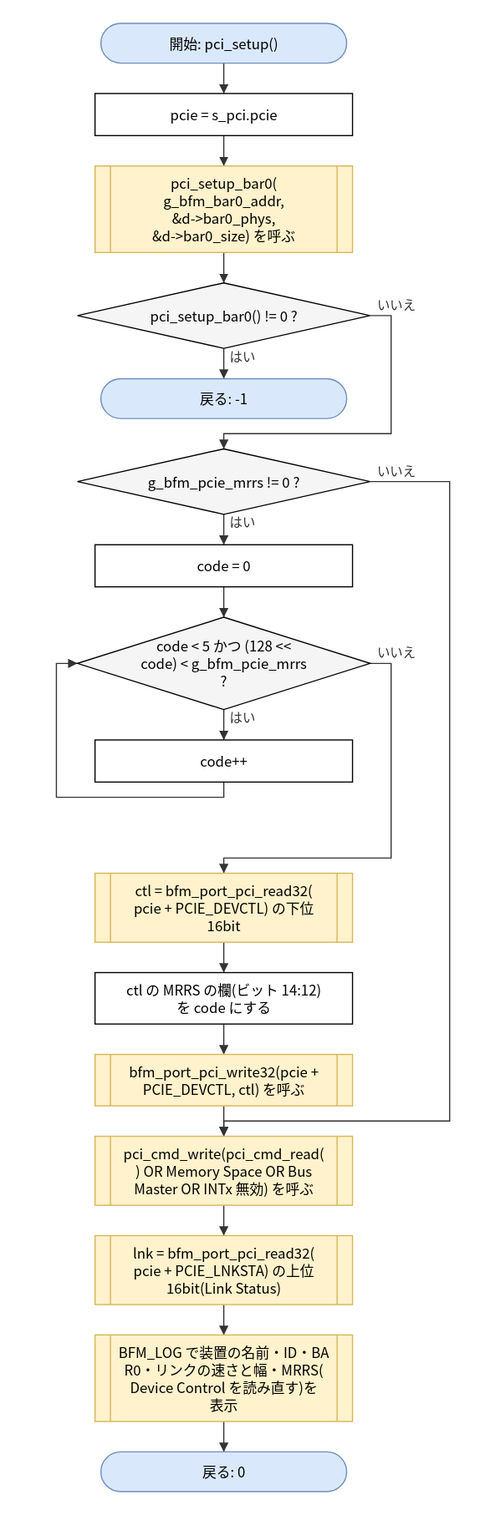
This is doc/spec/images/flow_src_bfm_pci-pci_setup.drawio.svg from hf355051012-ai/bfmem, a draw.io export, as it was before one commit. Source tidied: cells renumbered, new cells last; positions are measured from the earlier drawing's top-left corner, leaving out a move shared by most shapes.
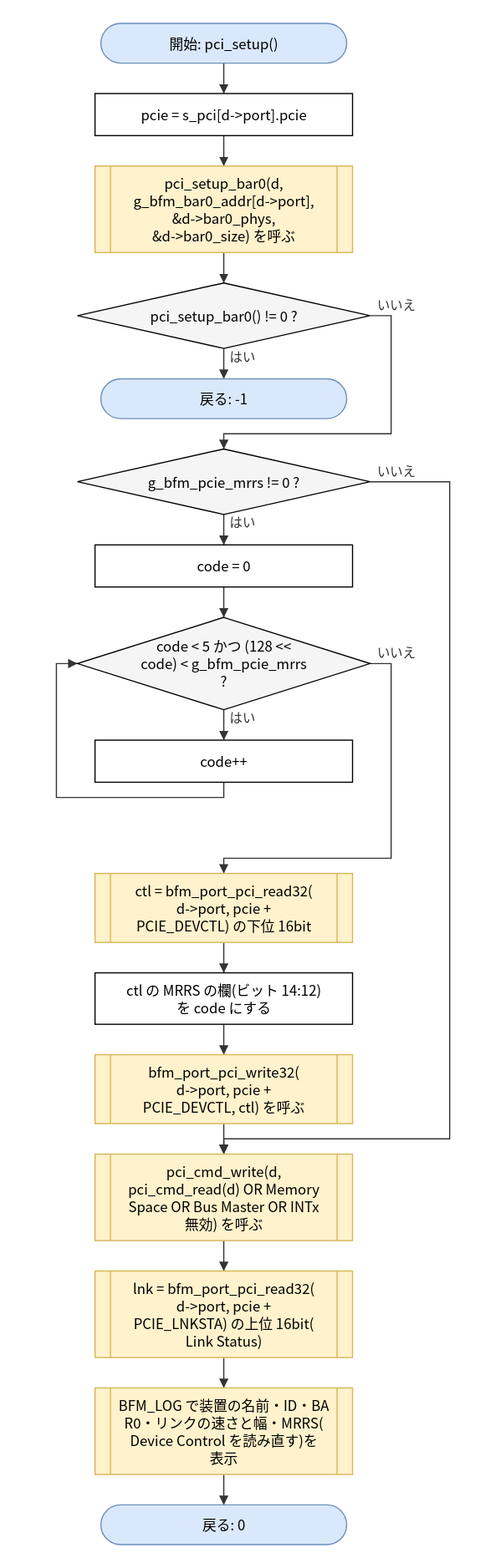
The same file after the commit.

What changed in the source:
```diff
@@ -5,10 +5,10 @@
     <mxCell id="2" value="開始: pci_setup()" style="rounded=1;arcSize=50;whiteSpace=wrap;html=1;fillColor=#dae8fc;strokeColor=#6c8ebf;" parent="1" vertex="1">
       <mxGeometry x="38" width="210" height="34" as="geometry" />
     </mxCell>
-    <mxCell id="3" value="pcie = s_pci.pcie" style="rounded=0;whiteSpace=wrap;html=1;" parent="1" vertex="1">
+    <mxCell id="3" value="pcie = s_pci[d-&amp;gt;port].pcie" style="rounded=0;whiteSpace=wrap;html=1;" parent="1" vertex="1">
       <mxGeometry x="33" y="60" width="220" height="36" as="geometry" />
     </mxCell>
-    <mxCell id="4" value="pci_setup_bar0(&lt;br&gt;g_bfm_bar0_addr,&lt;br&gt;&amp;amp;d-&amp;gt;bar0_phys,&lt;br&gt;&amp;amp;d-&amp;gt;bar0_size) を呼ぶ" style="shape=process;whiteSpace=wrap;html=1;backgroundOutline=1;size=0.06;fillColor=#fff2cc;strokeColor=#d6b656;" parent="1" vertex="1">
+    <mxCell id="4" value="pci_setup_bar0(d,&lt;br&gt;g_bfm_bar0_addr[d-&amp;gt;port],&lt;br&gt;&amp;amp;d-&amp;gt;bar0_phys,&lt;br&gt;&amp;amp;d-&amp;gt;bar0_size) を呼ぶ" style="shape=process;whiteSpace=wrap;html=1;backgroundOutline=1;size=0.06;fillColor=#fff2cc;strokeColor=#d6b656;" parent="1" vertex="1">
       <mxGeometry x="33" y="122" width="220" height="74" as="geometry" />
     </mxCell>
     <mxCell id="5" value="pci_setup_bar0() != 0 ?" style="rhombus;whiteSpace=wrap;html=1;fillColor=#f5f5f5;" parent="1" vertex="1">
@@ -29,26 +29,26 @@
     <mxCell id="10" value="code++" style="rounded=0;whiteSpace=wrap;html=1;" parent="1" vertex="1">
       <mxGeometry x="33" y="613" width="220" height="36" as="geometry" />
     </mxCell>
-    <mxCell id="11" value="ctl = bfm_port_pci_read32(&lt;br&gt;pcie + PCIE_DEVCTL) の下位&lt;br&gt;16bit" style="shape=process;whiteSpace=wrap;html=1;backgroundOutline=1;size=0.06;fillColor=#fff2cc;strokeColor=#d6b656;" parent="1" vertex="1">
+    <mxCell id="11" value="ctl = bfm_port_pci_read32(&lt;br&gt;d-&amp;gt;port, pcie +&lt;br&gt;PCIE_DEVCTL) の下位 16bit" style="shape=process;whiteSpace=wrap;html=1;backgroundOutline=1;size=0.06;fillColor=#fff2cc;strokeColor=#d6b656;" parent="1" vertex="1">
       <mxGeometry x="33" y="727" width="220" height="59" as="geometry" />
     </mxCell>
     <mxCell id="12" value="ctl の MRRS の欄(ビット 14:12)&lt;br&gt;を code にする" style="rounded=0;whiteSpace=wrap;html=1;" parent="1" vertex="1">
       <mxGeometry x="33" y="812" width="220" height="44" as="geometry" />
     </mxCell>
-    <mxCell id="13" value="bfm_port_pci_write32(pcie +&lt;br&gt;PCIE_DEVCTL, ctl) を呼ぶ" style="shape=process;whiteSpace=wrap;html=1;backgroundOutline=1;size=0.06;fillColor=#fff2cc;strokeColor=#d6b656;" parent="1" vertex="1">
-      <mxGeometry x="33" y="882" width="220" height="44" as="geometry" />
+    <mxCell id="13" value="bfm_port_pci_write32(&lt;br&gt;d-&amp;gt;port, pcie +&lt;br&gt;PCIE_DEVCTL, ctl) を呼ぶ" style="shape=process;whiteSpace=wrap;html=1;backgroundOutline=1;size=0.06;fillColor=#fff2cc;strokeColor=#d6b656;" parent="1" vertex="1">
+      <mxGeometry x="33" y="882" width="220" height="59" as="geometry" />
     </mxCell>
-    <mxCell id="14" value="pci_cmd_write(pci_cmd_read(&lt;br&gt;) OR Memory Space OR Bus&lt;br&gt;Master OR INTx 無効) を呼ぶ" style="shape=process;whiteSpace=wrap;html=1;backgroundOutline=1;size=0.06;fillColor=#fff2cc;strokeColor=#d6b656;" parent="1" vertex="1">
-      <mxGeometry x="33" y="952" width="220" height="59" as="geometry" />
+    <mxCell id="14" value="pci_cmd_write(d,&lt;br&gt;pci_cmd_read(d) OR Memory&lt;br&gt;Space OR Bus Master OR INTx&lt;br&gt;無効) を呼ぶ" style="shape=process;whiteSpace=wrap;html=1;backgroundOutline=1;size=0.06;fillColor=#fff2cc;strokeColor=#d6b656;" parent="1" vertex="1">
+      <mxGeometry x="33" y="967" width="220" height="74" as="geometry" />
     </mxCell>
-    <mxCell id="15" value="lnk = bfm_port_pci_read32(&lt;br&gt;pcie + PCIE_LNKSTA) の上位&lt;br&gt;16bit(Link Status)" style="shape=process;whiteSpace=wrap;html=1;backgroundOutline=1;size=0.06;fillColor=#fff2cc;strokeColor=#d6b656;" parent="1" vertex="1">
-      <mxGeometry x="33" y="1037" width="220" height="59" as="geometry" />
+    <mxCell id="15" value="lnk = bfm_port_pci_read32(&lt;br&gt;d-&amp;gt;port, pcie +&lt;br&gt;PCIE_LNKSTA) の上位 16bit(&lt;br&gt;Link Status)" style="shape=process;whiteSpace=wrap;html=1;backgroundOutline=1;size=0.06;fillColor=#fff2cc;strokeColor=#d6b656;" parent="1" vertex="1">
+      <mxGeometry x="33" y="1067" width="220" height="74" as="geometry" />
     </mxCell>
     <mxCell id="16" value="BFM_LOG で装置の名前・ID・BA&lt;br&gt;R0・リンクの速さと幅・MRRS(&lt;br&gt;Device Control を読み直す)を&lt;br&gt;表示" style="shape=process;whiteSpace=wrap;html=1;backgroundOutline=1;size=0.06;fillColor=#fff2cc;strokeColor=#d6b656;" parent="1" vertex="1">
-      <mxGeometry x="33" y="1122" width="220" height="74" as="geometry" />
+      <mxGeometry x="33" y="1167" width="220" height="74" as="geometry" />
     </mxCell>
     <mxCell id="17" value="戻る: 0" style="rounded=1;arcSize=50;whiteSpace=wrap;html=1;fillColor=#dae8fc;strokeColor=#6c8ebf;" parent="1" vertex="1">
-      <mxGeometry x="38" y="1222" width="210" height="34" as="geometry" />
+      <mxGeometry x="38" y="1267" width="210" height="34" as="geometry" />
     </mxCell>
     <mxCell id="18" style="edgeStyle=none;html=1;rounded=0;endArrow=block;endFill=1;exitX=0.5000;exitY=1.0000;exitDx=0;exitDy=0;exitPerimeter=0;entryX=0.5000;entryY=0.0000;entryDx=0;entryDy=0;entryPerimeter=0;" parent="1" edge="1" source="2" target="3">
       <mxGeometry relative="1" as="geometry" />
@@ -111,8 +111,8 @@
       <mxGeometry relative="1" as="geometry">
         <Array as="points">
           <mxPoint x="336" y="392" />
-          <mxPoint x="336" y="939" />
-          <mxPoint x="143" y="939" />
+          <mxPoint x="336" y="954" />
+          <mxPoint x="143" y="954" />
         </Array>
       </mxGeometry>
     </mxCell>
```
